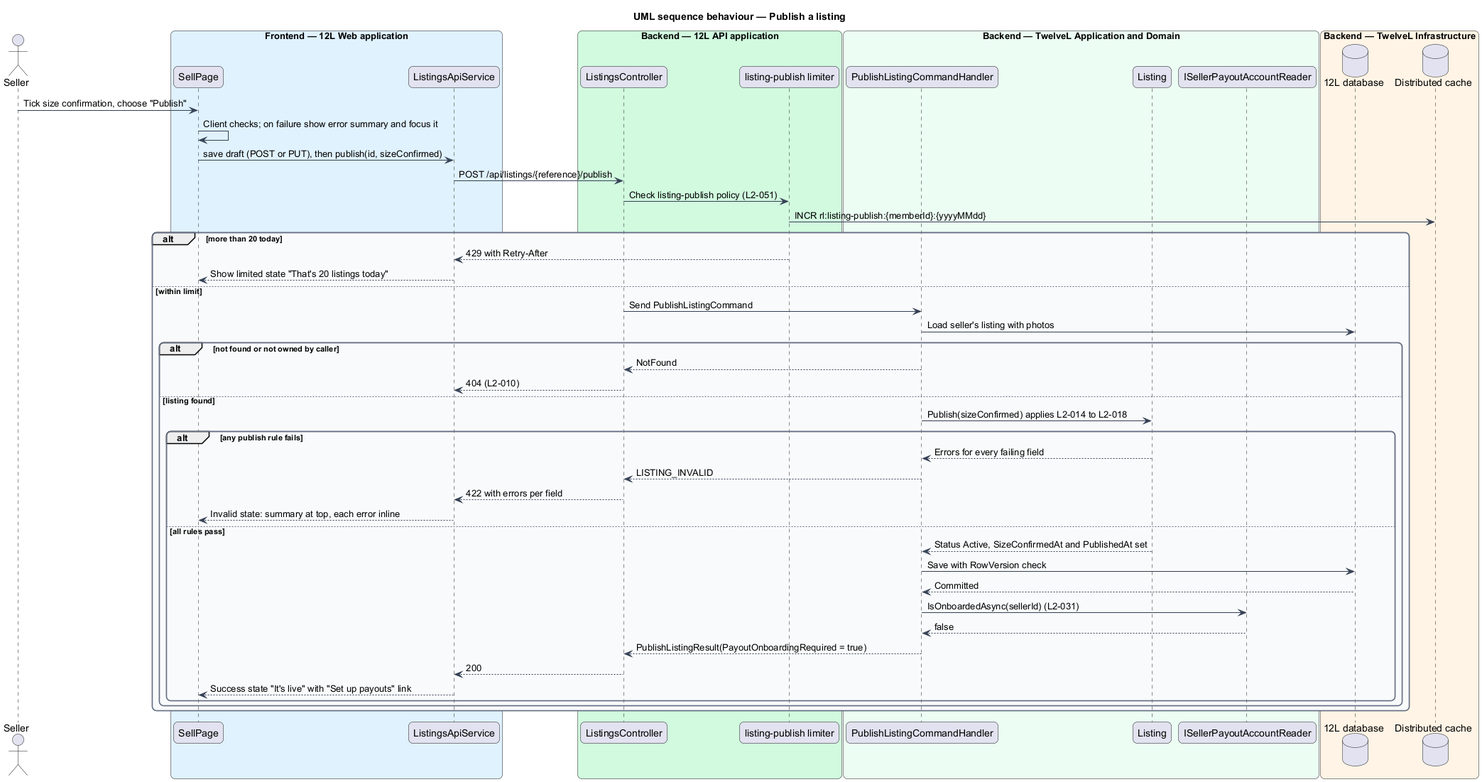
The PlantUML diagram docs/detailed-designs/listings/create-listing/diagrams/sequence-publish-listing.png in QuinntyneBrown/12l, before a commit.
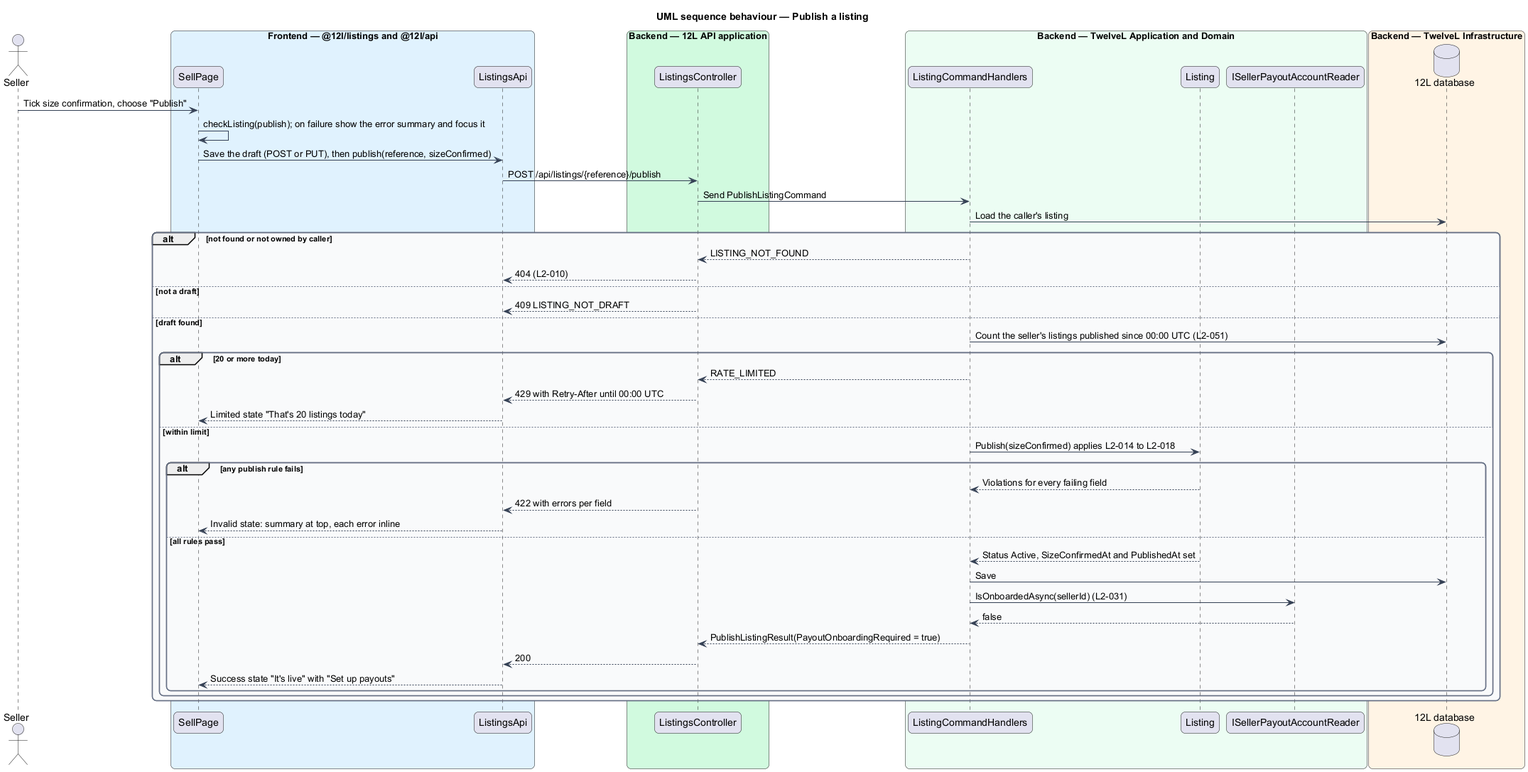
Above is the later version.

The edit, as a diff of the source:
```diff
@@ -15,54 +15,52 @@
   BackgroundColor #F9FAFB
 }
 actor "Seller" as actor
-box "Frontend — 12L Web application" #E0F2FE
+box "Frontend — @12l/listings and @12l/api" #E0F2FE
   participant "SellPage" as page
-  participant "ListingsApiService" as client
+  participant "ListingsApi" as client
 end box
 box "Backend — 12L API application" #D1FADF
   participant "ListingsController" as controller
-  participant "listing-publish limiter" as limiter
 end box
 box "Backend — TwelveL Application and Domain" #ECFDF3
-  participant "PublishListingCommandHandler" as handler
+  participant "ListingCommandHandlers" as handler
   participant "Listing" as entity
   participant "ISellerPayoutAccountReader" as payout
 end box
 box "Backend — TwelveL Infrastructure" #FFF4E5
   database "12L database" as db
-  database "Distributed cache" as cache
 end box
 actor -> page : Tick size confirmation, choose "Publish"
-page -> page : Client checks; on failure show error summary and focus it
-page -> client : save draft (POST or PUT), then publish(id, sizeConfirmed)
+page -> page : checkListing(publish); on failure show the error summary and focus it
+page -> client : Save the draft (POST or PUT), then publish(reference, sizeConfirmed)
 client -> controller : POST /api/listings/{reference}/publish
-controller -> limiter : Check listing-publish policy (L2-051)
-limiter -> cache : INCR rl:listing-publish:{memberId}:{yyyyMMdd}
-alt more than 20 today
-  limiter --> client : 429 with Retry-After
-  client --> page : Show limited state "That's 20 listings today"
-else within limit
-  controller -> handler : Send PublishListingCommand
-  handler -> db : Load seller's listing with photos
-  alt not found or not owned by caller
-    handler --> controller : NotFound
-    controller --> client : 404 (L2-010)
-  else listing found
+controller -> handler : Send PublishListingCommand
+handler -> db : Load the caller's listing
+alt not found or not owned by caller
+  handler --> controller : LISTING_NOT_FOUND
+  controller --> client : 404 (L2-010)
+else not a draft
+  controller --> client : 409 LISTING_NOT_DRAFT
+else draft found
+  handler -> db : Count the seller's listings published since 00:00 UTC (L2-051)
+  alt 20 or more today
+    handler --> controller : RATE_LIMITED
+    controller --> client : 429 with Retry-After until 00:00 UTC
+    client --> page : Limited state "That's 20 listings today"
+  else within limit
     handler -> entity : Publish(sizeConfirmed) applies L2-014 to L2-018
     alt any publish rule fails
-      entity --> handler : Errors for every failing field
-      handler --> controller : LISTING_INVALID
+      entity --> handler : Violations for every failing field
       controller --> client : 422 with errors per field
       client --> page : Invalid state: summary at top, each error inline
     else all rules pass
       entity --> handler : Status Active, SizeConfirmedAt and PublishedAt set
-      handler -> db : Save with RowVersion check
-      db --> handler : Committed
+      handler -> db : Save
       handler -> payout : IsOnboardedAsync(sellerId) (L2-031)
       payout --> handler : false
       handler --> controller : PublishListingResult(PayoutOnboardingRequired = true)
       controller --> client : 200
-      client --> page : Success state "It's live" with "Set up payouts" link
+      client --> page : Success state "It's live" with "Set up payouts"
     end
   end
 end
```
